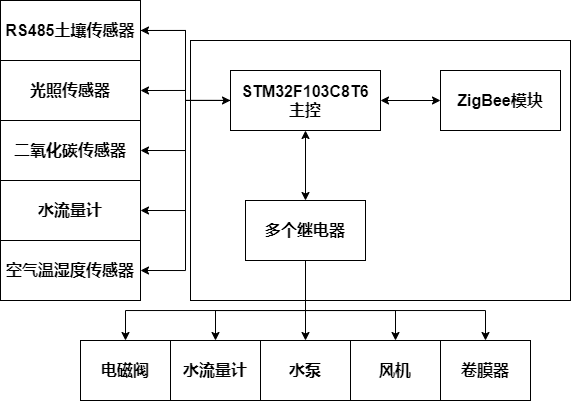
This is 设计方块图.png from jiejiehuang113/Precise-irrigation, a draw.io export, as it was before one commit. Source tidied: cells renumbered, new cells last; positions are measured from the earlier drawing's top-left corner, leaving out a move shared by most shapes.
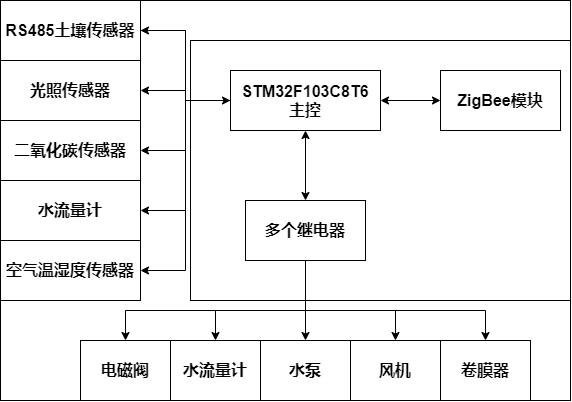
The same file after the commit.

Commit message:
Update 设计方块图.png

Change to the diagram source:
```diff
@@ -2,9 +2,12 @@
   <root>
     <mxCell id="0" />
     <mxCell id="1" parent="0" />
-    <mxCell id="2" style="rounded=0;whiteSpace=wrap;html=1;fontSize=17;" parent="1" vertex="1">
-      <mxGeometry x="190" y="40" width="380" height="260" as="geometry" />
-    </mxCell>
+    <mxCell id="29" style="rounded=0;whiteSpace=wrap;html=1;" parent="1" vertex="1">
+      <mxGeometry width="570" height="400" as="geometry" />
+    </mxCell>
+    <mxCell id="30" style="rounded=0;whiteSpace=wrap;html=1;fontSize=17;" parent="1" vertex="1">
+      <mxGeometry x="190" y="40" width="380" height="260" as="geometry" />
+    </mxCell>
     <mxCell id="3" style="edgeStyle=orthogonalEdgeStyle;rounded=0;jettySize=auto;html=1;entryX=1;entryY=0.5;entryDx=0;entryDy=0;fontSize=16;" parent="1" edge="1" source="8" target="24">
       <mxGeometry relative="1" as="geometry" />
     </mxCell>
```
